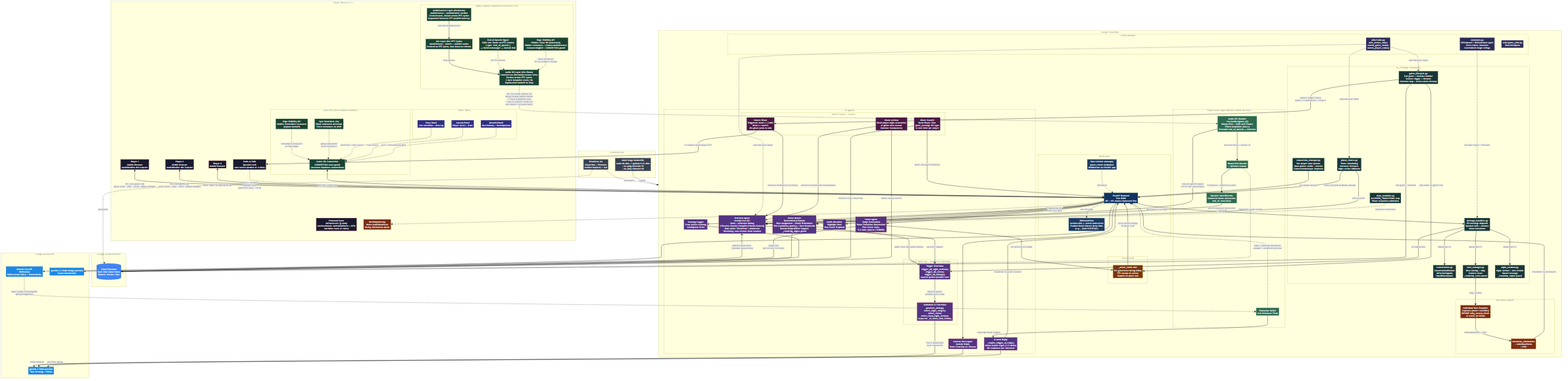
Earlier version of the Mermaid export docs/architecture-complete.png (dimitriderose/fireside-betrayal-hackaton). Its source is kept beside it as docs/architecture-complete.mermaid. Source of this version:
```mermaid
graph TB
    subgraph Players["Player Phones (2-7)"]
        P1["Player 1<br/>Mobile Browser<br/>AudioWorklet Mic Capture"]
        P2["Player 2<br/>Mobile Browser<br/>AudioWorklet Mic Capture"]
        P3["Player N<br/>Mobile Browser"]
        FE_STATE["Frontend State<br/>aiCharacters: [] array<br/>lastVoteResult: individualVotes + isTie<br/>(variable-count AI chars)"]
        PTT["Push-to-Talk<br/>Speaker Lock<br/>(one active speaker at a time)"]

        subgraph AudioCapture["Audio Capture (Separated Lifecycles v5.4)"]
            ACTX["AudioContext Layer (Persistent)<br/>AudioContext + AudioWorklet module<br/>Created once, reused across PTT cycles<br/>Suspended between PTT (mobile battery)"]
            MIC["Mic Layer (Per-PTT Cycle)<br/>MediaStream + source + worklet nodes<br/>Created on PTT press, torn down on release"]
            AUDIOWS_CLIENT["Audio WS Layer (Per-Phase)<br/>Connects on discussion/seance entry<br/>Persists across PTT cycles<br/>1-byte keepalive every 10s<br/>Exponential backoff on drop"]
            EOS["End-of-Speech Signal<br/>JSON text frame on PTT release<br/>{ type: 'end_of_speech' }<br/>→ NarratorManager → Gemini VAD"]
            VISAPI_AUDIO["Page Visibility API<br/>Hidden: close WS proactively<br/>Visible: reconnect + resume AudioContext<br/>reconnectingRef + CONNECTING guard"]
        end

        subgraph GameWSClient["Game WS Client (Mobile Resilient)"]
            GWSC["Game WS Connection<br/>CONNECTING state guard<br/>(prevents duplicate connections)"]
            VISAPI_GAME["Page Visibility API<br/>Visible: immediate reconnect<br/>(bypass backoff)"]
            SYNC_HB["Sync Heartbeat (2s)<br/>Phase mismatch detection<br/>Force reconnect on drift"]
        end

        subgraph FrontendTabs["Three-Tab UI"]
            TAB_STORY["Story Panel<br/>Live narration + chat log"]
            TAB_JOURNAL["Journal Panel<br/>Player notes + clues"]
            TAB_RECORDS["Records Panel<br/>Vote history + investigations"]
        end

        VTO["VoteTallyOverlay<br/>Shows individualVotes<br/>during elimination phase"]
    end

    subgraph CloudRun["Google Cloud Run"]
        subgraph SPA["SPA Routing"]
            API["FastAPI Backend<br/>Port 8000<br/>API + WS routes registered first"]
            SPAPATH["SPAStaticFiles<br/>Catches 404 → serves index.html<br/>Enables React Router deep links<br/>(e.g., /join/C1E7F362)"]
            RATELIMIT["Rate Limiter (slowapi)<br/>game_router endpoints<br/>Middleware on FastAPI app"]
        end

        subgraph WSPackage["ws/ Package (8 Modules)"]
            WS_CONN["connection_manager.py<br/>Per-player send queues<br/>Dual-queue: audio + control<br/>ConnectionManager singleton"]
            WS_MSG["message_handlers.py<br/>WS message dispatch<br/>Speaker lock + timeout<br/>Ghost broadcast"]
            WS_CONV["conversation.py<br/>ConversationTracker<br/>AffectiveSignals<br/>HandRaiseQueue"]
            WS_STATE["state_machine.py<br/>ALLOWED_TRANSITIONS map<br/>Phase transition validation"]
            WS_PHASE["phase_timers.py<br/>Timer scheduling<br/>Narrator timeouts<br/>Night action fallbacks"]
            WS_VOTE["vote_manager.py<br/>Vote casting + tally<br/>Camera votes<br/>_resolving_votes guard"]
            WS_NIGHT["night_resolver.py<br/>Night actions + seer results<br/>Hunter revenge<br/>_resolving_nights guard"]
            WS_LIFE["game_lifecycle.py<br/>End game + timeline builder<br/>Seance trigger + timeout<br/>Narrator stop + scene cache cleanup"]
        end

        subgraph Utilities["Utility Modules"]
            CONST["constants.py<br/>WSInbound / WSOutbound types<br/>Error codes, timeouts<br/>Centralized magic strings"]
            UTIL_TASKS["utils/tasks.py<br/>safe_create_task()<br/>cancel_game_tasks()<br/>cancel_player_tasks()"]
            UTIL_GAME["utils/game_utils.py<br/>Shared helpers"]
        end

        subgraph SceneCache["Scene Cache"]
            SCACHE["_scene_cache dict<br/>Pre-generated during lobby<br/>TTL sweep on access<br/>Popped on game end"]
        end

        subgraph Agents["AI Agents"]
            NA["Narrator Agent<br/>Gemini Live API<br/>Voice + Affective Dialog<br/>4 Presets: Classic/Campfire/Horror/Comedy<br/>Dual-Mode: Theatrical + Moderator<br/>Watchdog: auto-restart dead sessions"]
            subgraph AIFuncs["traitor_agent.py — Unified AI Functions"]
                TRIGGER["Trigger Functions<br/>trigger_all_night_actions()<br/>trigger_all_votes()<br/>trigger_all_dialogs()<br/>asyncio.gather parallel exec"]
                INDIV["Individual AI Functions<br/>generate_dialog()<br/>select_night_target()<br/>select_vote()<br/>select_loyal_night_action()<br/>Loops via _ai_chars_with_fields()"]
            end
            GM["Game Master<br/>Deterministic Python<br/>Role Assignment + Phase Transitions<br/>Win Conditions (parity) + Vote Resolution<br/>Human Shapeshifter Support<br/>_resolving_nights guard"]
            SA["Scene Agent<br/>Image Generation<br/>Phase Transition Illustrations<br/>Flat vector style,<br/>5-6 color palette (<500KB)"]
            CV["Camera Vote Agent<br/>Gemini Vision<br/>Hand-Counting (In-Person)"]
            AR["Audio Recorder<br/>Highlight Reel<br/>Post-Game Playback"]
            SL["Strategy Logger<br/>Cross-Game Learning<br/>Intelligence Brief"]
            subgraph GhostSystem["Ghost Council / Seance"]
                GC["Ghost Council<br/>Dead Player Chat<br/>ghost_message WS type<br/>2s rate limit per player"]
                SEANCE["Seance Phase<br/>Triggered: dead >= 2 AND<br/>dead >= total/2<br/>45s ghost push-to-talk"]
                HAUNT["Haunt Actions<br/>Dead player night accusation<br/>AI ghost auto-accuse<br/>Narrator incorporates"]
            end

            AIREPLY["AI Auto-Reply<br/>_maybe_trigger_ai_reply()<br/>Name-match regex (>=3 chars)<br/>30s cooldown per character"]
        end

        subgraph VoicePipeline["Player Voice Input Pipeline (Audio WS only)"]
            AWS["Audio WS Handler<br/>/ws/audio/{game_id}<br/>Binary PCM + JSON text frames<br/>Filters keepalive (len≤1)<br/>Forwards end_of_speech → Narrator"]
            DECODE["Binary PCM Decode<br/>+ Speaker Lookup"]
            SPKR["Speaker Identification<br/>Character Name Annotation<br/>end_of_turn=False"]
            TBUF["Transcript Buffer<br/>0.8s Debounce Flush"]
        end

        subgraph VoteCapture["Vote Data Capture"]
            VCAP["Individual Vote Snapshot<br/>Captures {voter: votedFor}<br/>BEFORE tally_votes() clears<br/>AI voted_for fields"]
            VELIM["broadcast_elimination<br/>+ individualVotes<br/>+ isTie"]
        end
    end

    subgraph GCP["Google Cloud Platform"]
        FS[("Cloud Firestore<br/>Real-time Game State<br/>Players, Events, Chat")]
    end

    subgraph Gemini["Google Gemini API"]
        GLive["Gemini Live API<br/>WebSocket<br/>Bidirectional Voice + Transcription"]
        GFlash["gemini-3-flash-preview<br/>Text Strategy + Vision"]
        GImage["gemini-3.1-flash-image-preview<br/>Scene Illustrations"]
    end

    subgraph Infra["Infrastructure"]
        TF["Terraform IaC<br/>Cloud Run + Firestore<br/>Artifact Registry + IAM"]
        DOCK["Multi-Stage Dockerfile<br/>node:18-slim -> python:3.11-slim<br/>--ws-ping-interval=15<br/>--ws-ping-timeout=20"]
    end

    P1 <-->|"WS /ws/{game_id}<br/>game state · chat · votes · phase changes"| API
    P2 <-->|"WS /ws/{game_id}<br/>game state · chat · votes · phase changes"| API
    P3 <-->|"REST /api/* or SPA catch-all"| API

    API -.->|"non-API 404s"| SPAPATH

    RATELIMIT -.->|"decorates"| API

    ACTX -->|"provides AudioContext"| MIC
    MIC -->|"PCM frames"| AUDIOWS_CLIENT
    AUDIOWS_CLIENT -.->|"WS /ws/audio/{game_id}<br/>binary PCM16 16kHz frames<br/>+ 1-byte keepalive (10s)<br/>+ end_of_speech JSON text<br/>(per-phase, reconnectable)"| AWS
    EOS -.->|"on PTT release"| AUDIOWS_CLIENT
    VISAPI_AUDIO -.->|"close/reconnect<br/>WS on visibility change"| AUDIOWS_CLIENT
    PTT -.->|"grants / revokes<br/>speaker lock<br/>(game WS only — v5.4)"| API

    GWSC <-->|"game WS connection"| API
    VISAPI_GAME -.->|"immediate reconnect<br/>on tab visible"| GWSC
    SYNC_HB -.->|"phase mismatch?<br/>force reconnect"| GWSC

    TAB_STORY -.->|"narration + chat events"| GWSC
    TAB_JOURNAL -.->|"clue events"| GWSC
    TAB_RECORDS -.->|"vote + investigation data"| GWSC

    AWS -->|"end_of_speech signal<br/>(v5.4: text annotation)"| NA
    AWS -->|"raw PCM bytes + player_id"| DECODE
    DECODE -->|"PCM bytes + character_name"| SPKR
    SPKR -->|"[VOICE] Speaker annotation<br/>+ raw PCM"| NA

    GLive -.->|"input_audio_transcription<br/>partial fragments"| TBUF
    TBUF -.->|"input_transcript broadcast<br/>speaker + buffered sentence"| API

    API -->|"WS connect/message"| WS_MSG
    WS_MSG -->|"dispatches to"| WS_VOTE
    WS_MSG -->|"dispatches to"| WS_NIGHT
    WS_MSG -->|"dispatches to"| WS_CONV
    WS_CONN -->|"per-player queues"| API
    WS_STATE -.->|"validates transitions"| GM
    WS_PHASE -->|"timer events"| NA
    WS_PHASE -->|"timer_seconds in phase_change"| API
    WS_LIFE -->|"end game + timeline"| FS

    UTIL_TASKS -.->|"task lifecycle mgmt"| WS_PHASE
    UTIL_TASKS -.->|"task lifecycle mgmt"| WS_LIFE
    UTIL_TASKS -.->|"task lifecycle mgmt"| NA
    CONST -.->|"message types + timeouts"| WS_MSG

    API --> NA
    API --> GM
    API --> SA
    API --> CV
    API --> AR
    API --> SL

    SA -->|"pre-generate in lobby"| SCACHE
    SCACHE -->|"serve cached image<br/>on game start"| API
    WS_LIFE -->|"pop cache on game end"| SCACHE

    GM -->|"night/vote/discussion phases"| TRIGGER
    WS_MSG -->|"ws dispatches"| TRIGGER
    NA -->|"narrator triggers"| TRIGGER
    TRIGGER -->|"asyncio.gather<br/>parallel per AI char"| INDIV

    NA <-->|"Bidirectional Voice<br/>+ Speaker Annotations"| GLive
    INDIV -->|"Text Completions<br/>all AI characters"| GFlash
    SA -->|"Image Gen<br/>flat vector, 5-6 colors"| GImage
    CV -->|"Vision Analysis"| GFlash

    GM --> FS
    SL --> FS
    API --> FS
    DECODE -.->|"character_name lookup"| FS

    WS_VOTE -->|"tally_votes()"| VCAP
    VCAP -->|"individualVotes + isTie"| VELIM
    VELIM -->|"broadcast to all players"| API
    API -.->|"ELIMINATION msg<br/>with vote data"| VTO

    GC -->|"ghost_message broadcast"| API
    GC -->|"stored in chat collection"| FS
    SEANCE -->|"re-enables dead player PTT"| PTT
    SEANCE -->|"narrator moderates testimony"| NA
    HAUNT -->|"haunt_action events"| FS
    HAUNT -->|"narrator incorporates in discussion"| NA
    WS_LIFE -->|"seance trigger check<br/>dead >= 2 AND dead >= total/2"| SEANCE

    TBUF -->|"transcript flush triggers"| AIREPLY
    AIREPLY -->|"generate dialog"| GFlash
    AIREPLY -->|"broadcast as source=player"| API

    TF -.->|"provisions"| CloudRun
    TF -.->|"provisions"| FS
    DOCK -.->|"builds"| CloudRun

    classDef player fill:#1a1a2e,stroke:#e94560,color:#fff
    classDef cloud fill:#0f3460,stroke:#16213e,color:#fff
    classDef agent fill:#533483,stroke:#e94560,color:#fff
    classDef gcp fill:#4285f4,stroke:#1a73e8,color:#fff
    classDef gemini fill:#1e88e5,stroke:#1565c0,color:#fff
    classDef voice fill:#2d6a4f,stroke:#40916c,color:#fff
    classDef infra fill:#374151,stroke:#6b7280,color:#fff
    classDef ghost fill:#4a1942,stroke:#9b59b6,color:#fff
    classDef reconnect fill:#1b4332,stroke:#2d6a4f,color:#fff
    classDef vote fill:#7c2d12,stroke:#ea580c,color:#fff
    classDef spa fill:#1e3a5f,stroke:#3b82f6,color:#fff
    classDef wsmod fill:#1a3636,stroke:#40916c,color:#fff
    classDef util fill:#2c2c54,stroke:#706fd3,color:#fff
    classDef cache fill:#78350f,stroke:#f59e0b,color:#fff
    classDef tabs fill:#312e81,stroke:#818cf8,color:#fff

    class P1,P2,P3,FE_STATE,PTT player
    class API cloud
    class NA,TRIGGER,INDIV,GM,SA,CV,AR,SL,AIREPLY agent
    class FS gcp
    class GLive,GFlash,GImage gemini
    class AWS,DECODE,SPKR,TBUF voice
    class TF,DOCK infra
    class GC,SEANCE,HAUNT ghost
    class ACTX,MIC,AUDIOWS_CLIENT,EOS,VISAPI_AUDIO,GWSC,VISAPI_GAME,SYNC_HB reconnect
    class VCAP,VELIM,VTO vote
    class SPAPATH,RATELIMIT spa
    class WS_CONN,WS_MSG,WS_CONV,WS_STATE,WS_PHASE,WS_VOTE,WS_NIGHT,WS_LIFE wsmod
    class CONST,UTIL_TASKS,UTIL_GAME util
    class SCACHE cache
    class TAB_STORY,TAB_JOURNAL,TAB_RECORDS tabs
```
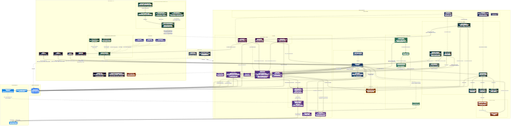
The same file after the commit.

Commit message:
docs: update TDD v5.4 and architecture diagrams for audio jitter fixes

The edit, as a diff of the source:
```diff
@@ -4,6 +4,7 @@
         P2["Player 2<br/>Mobile Browser<br/>AudioWorklet Mic Capture"]
         P3["Player N<br/>Mobile Browser"]
         FE_STATE["Frontend State<br/>aiCharacters: [] array<br/>lastVoteResult: individualVotes + isTie<br/>(variable-count AI chars)"]
+        CUSTEVT["CustomEvent Audio Delivery (v5.4)<br/>useWebSocket → CustomEvent('narrator-audio')<br/>→ useAudioPlayer listener → Web Audio API<br/>80ms jitter buffer (first chunk + underrun)"]
         PTT["Push-to-Talk<br/>Speaker Lock<br/>(one active speaker at a time)"]
 
         subgraph AudioCapture["Audio Capture (Separated Lifecycles v5.4)"]
@@ -37,7 +38,7 @@
         end
 
         subgraph WSPackage["ws/ Package (8 Modules)"]
-            WS_CONN["connection_manager.py<br/>Per-player send queues<br/>Dual-queue: audio + control<br/>ConnectionManager singleton"]
+            WS_CONN["connection_manager.py<br/>Per-player send queues<br/>Dual-queue: audio (512) + control<br/>ConnectionManager singleton<br/>_current_phase cache (v5.4)"]
             WS_MSG["message_handlers.py<br/>WS message dispatch<br/>Speaker lock + timeout<br/>Ghost broadcast"]
             WS_CONV["conversation.py<br/>ConversationTracker<br/>AffectiveSignals<br/>HandRaiseQueue"]
             WS_STATE["state_machine.py<br/>ALLOWED_TRANSITIONS map<br/>Phase transition validation"]
@@ -58,7 +59,7 @@
         end
 
         subgraph Agents["AI Agents"]
-            NA["Narrator Agent<br/>Gemini Live API<br/>Voice + Affective Dialog<br/>4 Presets: Classic/Campfire/Horror/Comedy<br/>Dual-Mode: Theatrical + Moderator<br/>Watchdog: auto-restart dead sessions"]
+            NA["Narrator Agent<br/>Gemini Live API<br/>Voice + Affective Dialog<br/>4 Presets: Classic/Campfire/Horror/Comedy<br/>Dual-Mode: Theatrical + Moderator<br/>Watchdog: auto-restart dead sessions<br/>_narrator_speaking flag (v5.4)<br/>Phase-aware PTT suppression"]
             subgraph AIFuncs["traitor_agent.py — Unified AI Functions"]
                 TRIGGER["Trigger Functions<br/>trigger_all_night_actions()<br/>trigger_all_votes()<br/>trigger_all_dialogs()<br/>asyncio.gather parallel exec"]
                 INDIV["Individual AI Functions<br/>generate_dialog()<br/>select_night_target()<br/>select_vote()<br/>select_loyal_night_action()<br/>Loops via _ai_chars_with_fields()"]
@@ -193,6 +194,11 @@
     TBUF -->|"transcript flush triggers"| AIREPLY
     AIREPLY -->|"generate dialog"| GFlash
     AIREPLY -->|"broadcast as source=player"| API
+    AIREPLY -->|"[AI_DIALOG] text annotation<br/>feedback to narrator (v5.4)"| NA
+
+    WS_CONN -->|"_current_phase cache<br/>phase-aware PTT suppression"| NA
+
+    NA -->|"narrator_status WS msg<br/>speaking: true/false"| API
 
     TF -.->|"provisions"| CloudRun
     TF -.->|"provisions"| FS
@@ -214,7 +220,7 @@
     classDef cache fill:#78350f,stroke:#f59e0b,color:#fff
     classDef tabs fill:#312e81,stroke:#818cf8,color:#fff
 
-    class P1,P2,P3,FE_STATE,PTT player
+    class P1,P2,P3,FE_STATE,PTT,CUSTEVT player
     class API cloud
     class NA,TRIGGER,INDIV,GM,SA,CV,AR,SL,AIREPLY agent
     class FS gcp
```
